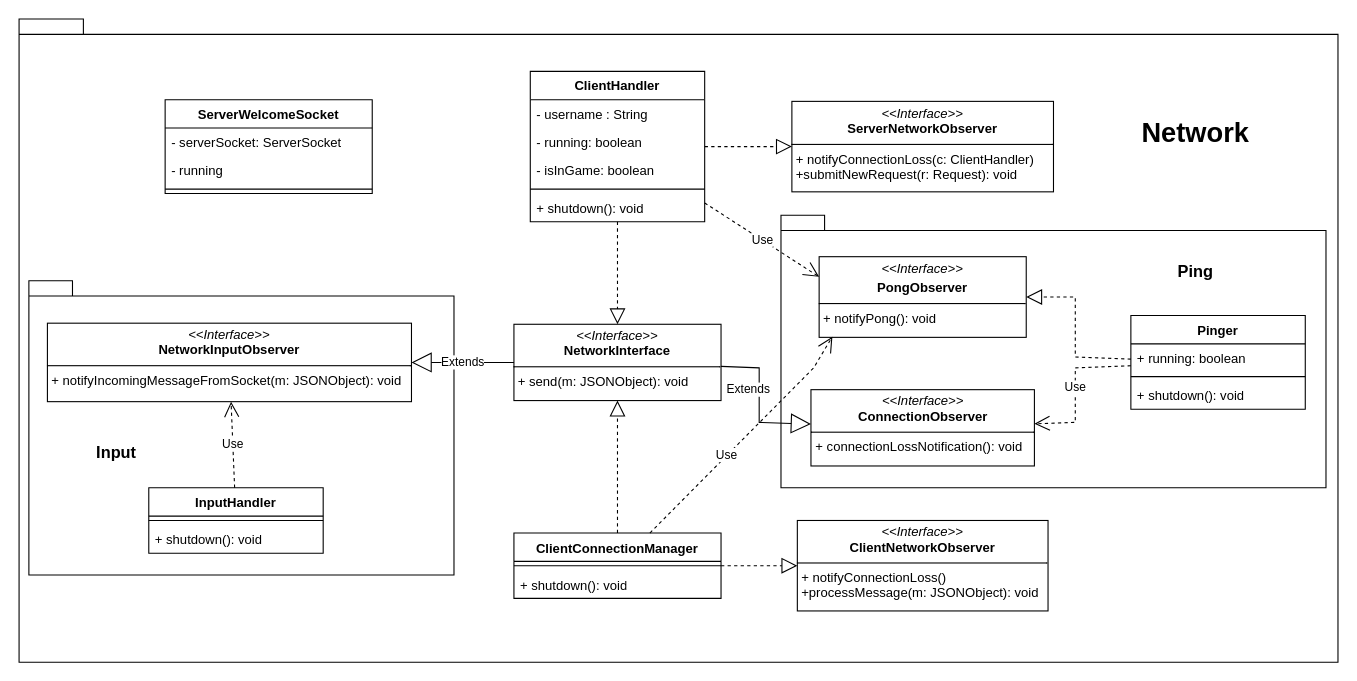
Above: page "Network" (2 of 10) of Deliveries/UML/UML.drawio in EliaDallanoce432/IS24-LB08 (draw.io), before the change. Source tidied: cells renumbered, new cells numbered last; positions are measured from the earlier drawing's top-left corner, leaving out a move shared by most shapes. Both pictures are drawn from the tidied source at 109%, with x=0, y=0 at pixel (19, 19).
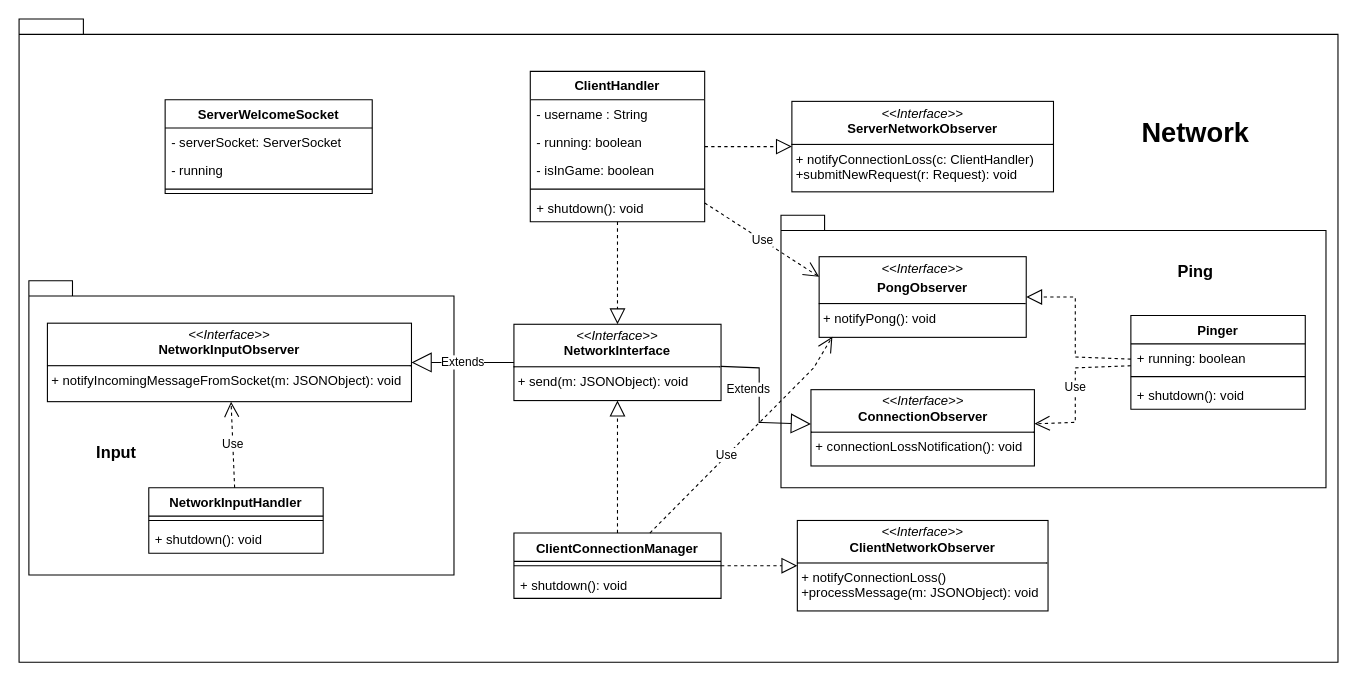
The same diagram, later.

What changed in the source:
```diff
@@
-    <mxCell id="27" value="InputHandler" style="swimlane;fontStyle=1;align=center;verticalAlign=top;horizontal=1;startSize=26;whiteSpace=wrap;html=1;" parent="1" vertex="1">
+    <mxCell id="27" value="NetworkInputHandler" style="swimlane;fontStyle=1;align=center;verticalAlign=top;horizontal=1;startSize=26;whiteSpace=wrap;html=1;" parent="1" vertex="1">
       <mxGeometry x="119" y="430" width="160" height="60" as="geometry" />
     </mxCell>
```
